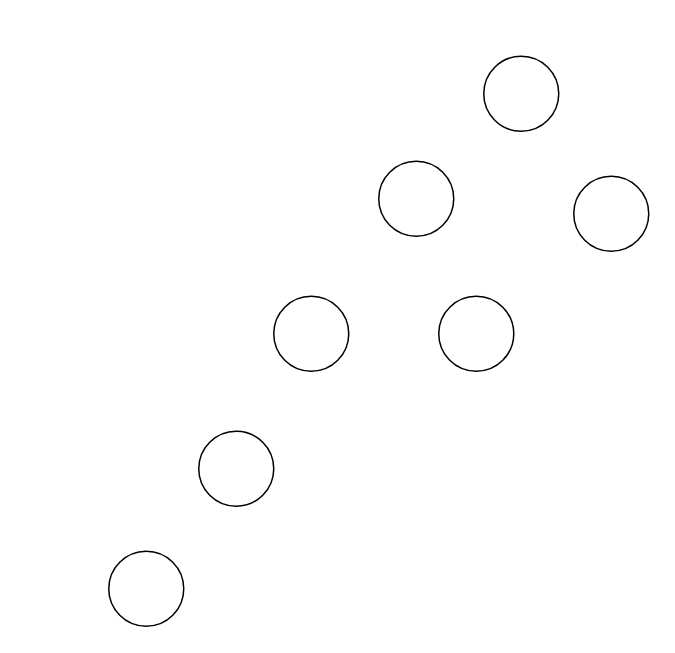
Before: src/演示.dio in PhilRandWu/leetcode--TS-, a draw.io diagram. Source tidied: cells renumbered, new cells numbered last; positions are measured from the earlier drawing's top-left corner, leaving out a move shared by most shapes. Both pictures are drawn from the tidied source at 150%, with x=0, y=0 at pixel (108, 56).
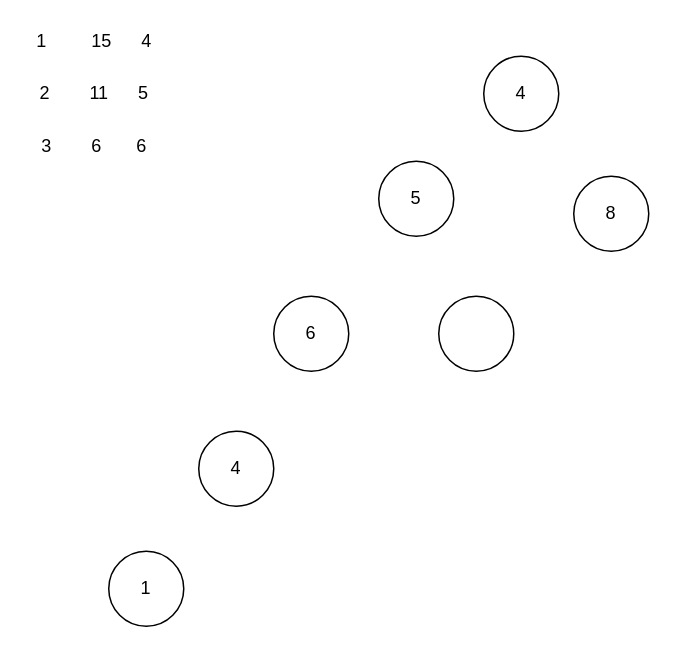
Above is the later version.

Diff of the diagram source:
```diff
@@
 <mxGraphModel>
   <root>
     <mxCell id="0" />
     <mxCell id="1" parent="0" />
-    <mxCell id="2" style="ellipse;whiteSpace=wrap;html=1;" parent="1" vertex="1">
+    <mxCell id="2" value="1" style="ellipse;whiteSpace=wrap;html=1;" parent="1" vertex="1">
       <mxGeometry y="330" width="50" height="50" as="geometry" />
     </mxCell>
-    <mxCell id="3" style="ellipse;whiteSpace=wrap;html=1;" parent="1" vertex="1">
+    <mxCell id="3" value="4" style="ellipse;whiteSpace=wrap;html=1;" parent="1" vertex="1">
       <mxGeometry x="60" y="250" width="50" height="50" as="geometry" />
     </mxCell>
-    <mxCell id="4" style="ellipse;whiteSpace=wrap;html=1;" parent="1" vertex="1">
+    <mxCell id="4" value="&lt;span style=&quot;color: rgba(0 , 0 , 0 , 0) ; font-family: monospace ; font-size: 0px&quot;&gt;0-0-0=0-=0&lt;/span&gt;" style="ellipse;whiteSpace=wrap;html=1;" parent="1" vertex="1">
       <mxGeometry x="220" y="160" width="50" height="50" as="geometry" />
     </mxCell>
-    <mxCell id="5" style="ellipse;whiteSpace=wrap;html=1;" parent="1" vertex="1">
+    <mxCell id="5" value="6" style="ellipse;whiteSpace=wrap;html=1;" parent="1" vertex="1">
       <mxGeometry x="110" y="160" width="50" height="50" as="geometry" />
     </mxCell>
-    <mxCell id="6" style="ellipse;whiteSpace=wrap;html=1;" parent="1" vertex="1">
+    <mxCell id="6" value="8" style="ellipse;whiteSpace=wrap;html=1;" parent="1" vertex="1">
       <mxGeometry x="310" y="80" width="50" height="50" as="geometry" />
     </mxCell>
-    <mxCell id="7" style="ellipse;whiteSpace=wrap;html=1;" parent="1" vertex="1">
+    <mxCell id="7" value="5" style="ellipse;whiteSpace=wrap;html=1;" parent="1" vertex="1">
       <mxGeometry x="180" y="70" width="50" height="50" as="geometry" />
     </mxCell>
-    <mxCell id="8" style="ellipse;whiteSpace=wrap;html=1;" parent="1" vertex="1">
+    <mxCell id="8" value="4" style="ellipse;whiteSpace=wrap;html=1;" parent="1" vertex="1">
       <mxGeometry x="250" width="50" height="50" as="geometry" />
     </mxCell>
+    <mxCell id="9" value="1&amp;nbsp; &amp;nbsp; &amp;nbsp; &amp;nbsp; &amp;nbsp;15&amp;nbsp; &amp;nbsp; &amp;nbsp; 4&lt;br&gt;" style="text;html=1;align=center;verticalAlign=middle;fillColor=none;strokeColor=none;rounded=0;" parent="1" vertex="1">
+      <mxGeometry x="-55" y="-20" width="90" height="20" as="geometry" />
+    </mxCell>
+    <mxCell id="10" value="2&amp;nbsp; &amp;nbsp; &amp;nbsp; &amp;nbsp; 11&amp;nbsp; &amp;nbsp; &amp;nbsp; 5" style="text;html=1;align=center;verticalAlign=middle;fillColor=none;strokeColor=none;rounded=0;" parent="1" vertex="1">
+      <mxGeometry x="-55" y="15" width="90" height="20" as="geometry" />
+    </mxCell>
+    <mxCell id="11" value="3&amp;nbsp; &amp;nbsp; &amp;nbsp; &amp;nbsp; 6&amp;nbsp; &amp;nbsp; &amp;nbsp; &amp;nbsp;6" style="text;html=1;align=center;verticalAlign=middle;fillColor=none;strokeColor=none;rounded=0;" parent="1" vertex="1">
+      <mxGeometry x="-55" y="50" width="90" height="20" as="geometry" />
+    </mxCell>
   </root>
 </mxGraphModel>
```
